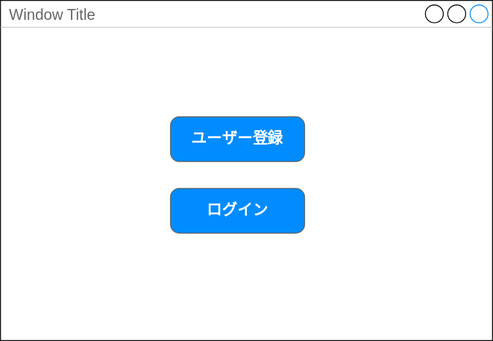
The draw.io diagram 名称未設定ファイル.drawio.svg in fmy-2029/sampleRepo, before a commit. Source tidied: cells renumbered, new cells last; positions are measured from the earlier drawing's top-left corner, leaving out a move shared by most shapes. Source of this version:
```xml
<mxGraphModel>
  <root>
    <mxCell id="0" />
    <mxCell id="1" parent="0" />
    <mxCell id="2" value="Window Title" style="strokeWidth=1;shadow=0;dashed=0;align=center;html=1;shape=mxgraph.mockup.containers.window;align=left;verticalAlign=top;spacingLeft=8;strokeColor2=#008cff;strokeColor3=#c4c4c4;fontColor=#666666;mainText=;fontSize=17;labelBackgroundColor=none;whiteSpace=wrap;" parent="1" vertex="1">
      <mxGeometry width="550" height="380" as="geometry" />
    </mxCell>
    <mxCell id="3" value="ユーザー登録" style="strokeWidth=1;shadow=0;dashed=0;align=center;html=1;shape=mxgraph.mockup.buttons.button;strokeColor=#666666;fontColor=#ffffff;mainText=;buttonStyle=round;fontSize=17;fontStyle=1;fillColor=#008cff;whiteSpace=wrap;" parent="1" vertex="1">
      <mxGeometry x="190" y="130" width="150" height="50" as="geometry" />
    </mxCell>
    <mxCell id="4" value="ログイン" style="strokeWidth=1;shadow=0;dashed=0;align=center;html=1;shape=mxgraph.mockup.buttons.button;strokeColor=#666666;fontColor=#ffffff;mainText=;buttonStyle=round;fontSize=17;fontStyle=1;fillColor=#008cff;whiteSpace=wrap;" parent="1" vertex="1">
      <mxGeometry x="190" y="210" width="150" height="50" as="geometry" />
    </mxCell>
  </root>
</mxGraphModel>
```
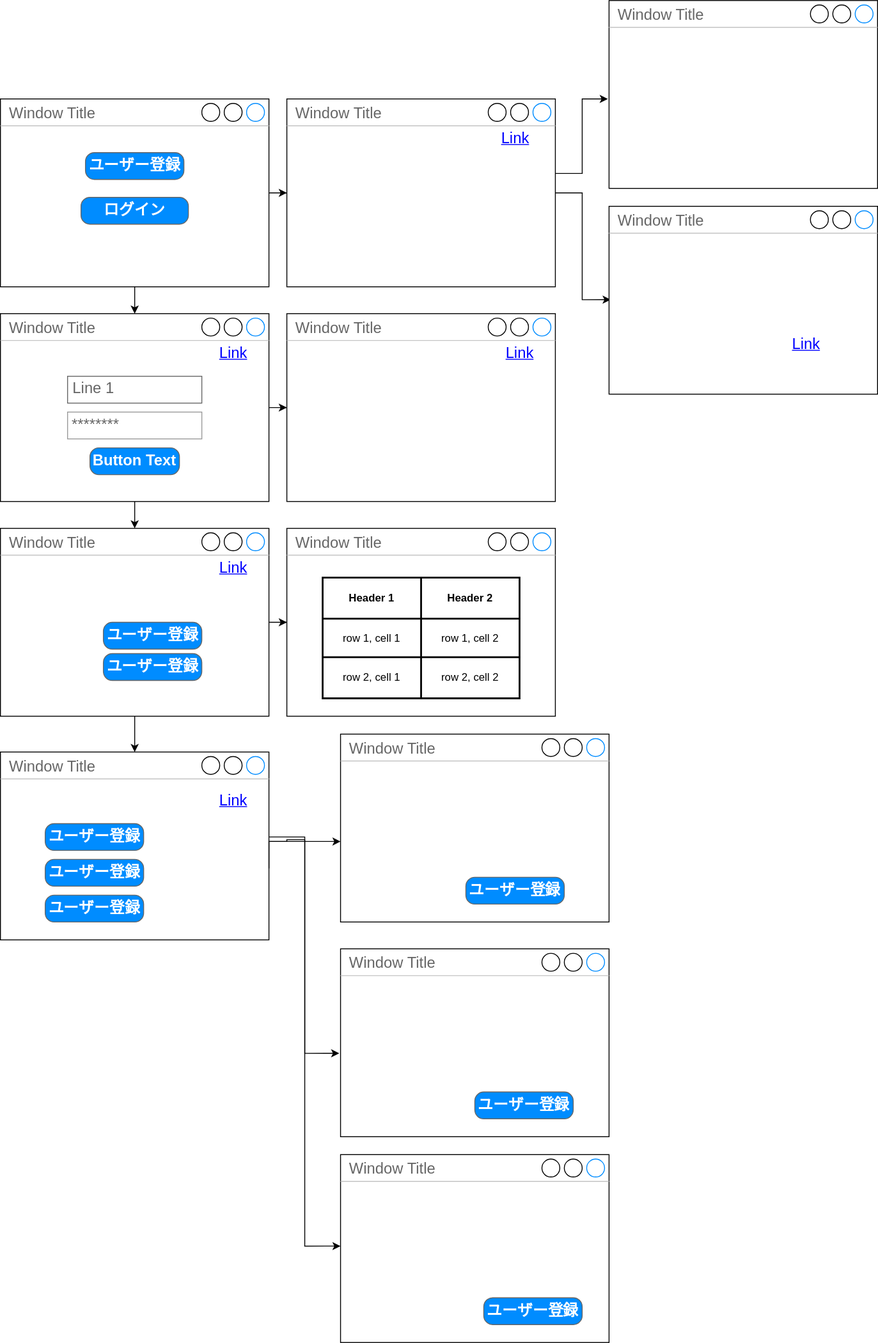
The same file after the commit.

Commit message:
名称未設定ファイル.drawio.svg を更新します

Change to the diagram source:
```diff
@@ -2,14 +2,190 @@
   <root>
     <mxCell id="0" />
     <mxCell id="1" parent="0" />
+    <mxCell id="5" style="edgeStyle=orthogonalEdgeStyle;rounded=0;jettySize=auto;html=1;" parent="1" edge="1" source="2" target="8">
+      <mxGeometry relative="1" as="geometry" />
+    </mxCell>
+    <mxCell id="6" style="edgeStyle=orthogonalEdgeStyle;rounded=0;jettySize=auto;html=1;" parent="1" edge="1" source="2" target="11">
+      <mxGeometry relative="1" as="geometry" />
+    </mxCell>
     <mxCell id="2" value="Window Title" style="strokeWidth=1;shadow=0;dashed=0;align=center;html=1;shape=mxgraph.mockup.containers.window;align=left;verticalAlign=top;spacingLeft=8;strokeColor2=#008cff;strokeColor3=#c4c4c4;fontColor=#666666;mainText=;fontSize=17;labelBackgroundColor=none;whiteSpace=wrap;" parent="1" vertex="1">
-      <mxGeometry width="550" height="380" as="geometry" />
+      <mxGeometry x="-90" y="-10" width="300" height="210" as="geometry" />
     </mxCell>
     <mxCell id="3" value="ユーザー登録" style="strokeWidth=1;shadow=0;dashed=0;align=center;html=1;shape=mxgraph.mockup.buttons.button;strokeColor=#666666;fontColor=#ffffff;mainText=;buttonStyle=round;fontSize=17;fontStyle=1;fillColor=#008cff;whiteSpace=wrap;" parent="1" vertex="1">
-      <mxGeometry x="190" y="130" width="150" height="50" as="geometry" />
+      <mxGeometry x="5" y="50" width="110" height="30" as="geometry" />
     </mxCell>
     <mxCell id="4" value="ログイン" style="strokeWidth=1;shadow=0;dashed=0;align=center;html=1;shape=mxgraph.mockup.buttons.button;strokeColor=#666666;fontColor=#ffffff;mainText=;buttonStyle=round;fontSize=17;fontStyle=1;fillColor=#008cff;whiteSpace=wrap;" parent="1" vertex="1">
-      <mxGeometry x="190" y="210" width="150" height="50" as="geometry" />
+      <mxGeometry y="100" width="120" height="30" as="geometry" />
     </mxCell>
+    <mxCell id="7" style="edgeStyle=orthogonalEdgeStyle;rounded=0;jettySize=auto;html=1;entryX=0.006;entryY=0.497;entryDx=0;entryDy=0;entryPerimeter=0;" parent="1" edge="1" source="8" target="13">
+      <mxGeometry relative="1" as="geometry" />
+    </mxCell>
+    <mxCell id="8" value="Window Title" style="strokeWidth=1;shadow=0;dashed=0;align=center;html=1;shape=mxgraph.mockup.containers.window;align=left;verticalAlign=top;spacingLeft=8;strokeColor2=#008cff;strokeColor3=#c4c4c4;fontColor=#666666;mainText=;fontSize=17;labelBackgroundColor=none;whiteSpace=wrap;" parent="1" vertex="1">
+      <mxGeometry x="230" y="-10" width="300" height="210" as="geometry" />
+    </mxCell>
+    <mxCell id="9" style="edgeStyle=orthogonalEdgeStyle;rounded=0;jettySize=auto;html=1;" parent="1" edge="1" source="11" target="14">
+      <mxGeometry relative="1" as="geometry" />
+    </mxCell>
+    <mxCell id="10" style="edgeStyle=orthogonalEdgeStyle;rounded=0;jettySize=auto;html=1;" parent="1" edge="1" source="11" target="17">
+      <mxGeometry relative="1" as="geometry" />
+    </mxCell>
+    <mxCell id="11" value="Window Title" style="strokeWidth=1;shadow=0;dashed=0;align=center;html=1;shape=mxgraph.mockup.containers.window;align=left;verticalAlign=top;spacingLeft=8;strokeColor2=#008cff;strokeColor3=#c4c4c4;fontColor=#666666;mainText=;fontSize=17;labelBackgroundColor=none;whiteSpace=wrap;" parent="1" vertex="1">
+      <mxGeometry x="-90" y="230" width="300" height="210" as="geometry" />
+    </mxCell>
+    <mxCell id="12" value="Window Title" style="strokeWidth=1;shadow=0;dashed=0;align=center;html=1;shape=mxgraph.mockup.containers.window;align=left;verticalAlign=top;spacingLeft=8;strokeColor2=#008cff;strokeColor3=#c4c4c4;fontColor=#666666;mainText=;fontSize=17;labelBackgroundColor=none;whiteSpace=wrap;" parent="1" vertex="1">
+      <mxGeometry x="590" y="-120" width="300" height="210" as="geometry" />
+    </mxCell>
+    <mxCell id="13" value="Window Title" style="strokeWidth=1;shadow=0;dashed=0;align=center;html=1;shape=mxgraph.mockup.containers.window;align=left;verticalAlign=top;spacingLeft=8;strokeColor2=#008cff;strokeColor3=#c4c4c4;fontColor=#666666;mainText=;fontSize=17;labelBackgroundColor=none;whiteSpace=wrap;" parent="1" vertex="1">
+      <mxGeometry x="590" y="110" width="300" height="210" as="geometry" />
+    </mxCell>
+    <mxCell id="14" value="Window Title" style="strokeWidth=1;shadow=0;dashed=0;align=center;html=1;shape=mxgraph.mockup.containers.window;align=left;verticalAlign=top;spacingLeft=8;strokeColor2=#008cff;strokeColor3=#c4c4c4;fontColor=#666666;mainText=;fontSize=17;labelBackgroundColor=none;whiteSpace=wrap;" parent="1" vertex="1">
+      <mxGeometry x="230" y="230" width="300" height="210" as="geometry" />
+    </mxCell>
+    <mxCell id="15" style="edgeStyle=orthogonalEdgeStyle;rounded=0;jettySize=auto;html=1;" parent="1" edge="1" source="17" target="20">
+      <mxGeometry relative="1" as="geometry" />
+    </mxCell>
+    <mxCell id="16" style="edgeStyle=orthogonalEdgeStyle;rounded=0;jettySize=auto;html=1;" parent="1" edge="1" source="17" target="19">
+      <mxGeometry relative="1" as="geometry" />
+    </mxCell>
+    <mxCell id="17" value="Window Title" style="strokeWidth=1;shadow=0;dashed=0;align=center;html=1;shape=mxgraph.mockup.containers.window;align=left;verticalAlign=top;spacingLeft=8;strokeColor2=#008cff;strokeColor3=#c4c4c4;fontColor=#666666;mainText=;fontSize=17;labelBackgroundColor=none;whiteSpace=wrap;" parent="1" vertex="1">
+      <mxGeometry x="-90" y="470" width="300" height="210" as="geometry" />
+    </mxCell>
+    <mxCell id="18" style="edgeStyle=orthogonalEdgeStyle;rounded=0;jettySize=auto;html=1;" parent="1" edge="1" source="19" target="21">
+      <mxGeometry relative="1" as="geometry">
+        <Array as="points">
+          <mxPoint x="250" y="815" />
+          <mxPoint x="250" y="820" />
+        </Array>
+      </mxGeometry>
+    </mxCell>
+    <mxCell id="19" value="Window Title" style="strokeWidth=1;shadow=0;dashed=0;align=center;html=1;shape=mxgraph.mockup.containers.window;align=left;verticalAlign=top;spacingLeft=8;strokeColor2=#008cff;strokeColor3=#c4c4c4;fontColor=#666666;mainText=;fontSize=17;labelBackgroundColor=none;whiteSpace=wrap;" parent="1" vertex="1">
+      <mxGeometry x="-90" y="720" width="300" height="210" as="geometry" />
+    </mxCell>
+    <mxCell id="20" value="Window Title" style="strokeWidth=1;shadow=0;dashed=0;align=center;html=1;shape=mxgraph.mockup.containers.window;align=left;verticalAlign=top;spacingLeft=8;strokeColor2=#008cff;strokeColor3=#c4c4c4;fontColor=#666666;mainText=;fontSize=17;labelBackgroundColor=none;whiteSpace=wrap;" parent="1" vertex="1">
+      <mxGeometry x="230" y="470" width="300" height="210" as="geometry" />
+    </mxCell>
+    <mxCell id="21" value="Window Title" style="strokeWidth=1;shadow=0;dashed=0;align=center;html=1;shape=mxgraph.mockup.containers.window;align=left;verticalAlign=top;spacingLeft=8;strokeColor2=#008cff;strokeColor3=#c4c4c4;fontColor=#666666;mainText=;fontSize=17;labelBackgroundColor=none;whiteSpace=wrap;" parent="1" vertex="1">
+      <mxGeometry x="290" y="700" width="300" height="210" as="geometry" />
+    </mxCell>
+    <mxCell id="22" value="Window Title" style="strokeWidth=1;shadow=0;dashed=0;align=center;html=1;shape=mxgraph.mockup.containers.window;align=left;verticalAlign=top;spacingLeft=8;strokeColor2=#008cff;strokeColor3=#c4c4c4;fontColor=#666666;mainText=;fontSize=17;labelBackgroundColor=none;whiteSpace=wrap;" parent="1" vertex="1">
+      <mxGeometry x="290" y="940" width="300" height="210" as="geometry" />
+    </mxCell>
+    <mxCell id="23" value="Window Title" style="strokeWidth=1;shadow=0;dashed=0;align=center;html=1;shape=mxgraph.mockup.containers.window;align=left;verticalAlign=top;spacingLeft=8;strokeColor2=#008cff;strokeColor3=#c4c4c4;fontColor=#666666;mainText=;fontSize=17;labelBackgroundColor=none;whiteSpace=wrap;" parent="1" vertex="1">
+      <mxGeometry x="290" y="1170" width="300" height="210" as="geometry" />
+    </mxCell>
+    <mxCell id="24" style="edgeStyle=orthogonalEdgeStyle;rounded=0;orthogonalLoop=1;jettySize=auto;html=1;entryX=-0.013;entryY=0.344;entryDx=0;entryDy=0;entryPerimeter=0;" parent="1" edge="1">
+      <mxGeometry relative="1" as="geometry">
+        <mxPoint x="530" y="73.3" as="sourcePoint" />
+        <mxPoint x="588.6" y="-10" as="targetPoint" />
+        <Array as="points">
+          <mxPoint x="560" y="73" />
+          <mxPoint x="560" y="-10" />
+        </Array>
+      </mxGeometry>
+    </mxCell>
+    <mxCell id="25" style="edgeStyle=orthogonalEdgeStyle;rounded=0;jettySize=auto;html=1;entryX=-0.005;entryY=0.556;entryDx=0;entryDy=0;entryPerimeter=0;" parent="1" edge="1" target="22">
+      <mxGeometry relative="1" as="geometry">
+        <mxPoint x="210" y="850" as="sourcePoint" />
+        <Array as="points">
+          <mxPoint x="210" y="820" />
+          <mxPoint x="250" y="820" />
+          <mxPoint x="250" y="1057" />
+        </Array>
+      </mxGeometry>
+    </mxCell>
+    <mxCell id="26" style="edgeStyle=orthogonalEdgeStyle;rounded=0;orthogonalLoop=1;jettySize=auto;html=1;" parent="1" edge="1">
+      <mxGeometry relative="1" as="geometry">
+        <mxPoint x="220" y="820" as="sourcePoint" />
+        <mxPoint x="290" y="1272.2" as="targetPoint" />
+        <Array as="points">
+          <mxPoint x="210" y="820" />
+          <mxPoint x="230" y="820" />
+          <mxPoint x="230" y="818" />
+          <mxPoint x="250" y="818" />
+          <mxPoint x="250" y="1272" />
+        </Array>
+      </mxGeometry>
+    </mxCell>
+    <mxCell id="27" value="********" style="strokeWidth=1;shadow=0;dashed=0;align=center;html=1;shape=mxgraph.mockup.forms.pwField;strokeColor=#999999;mainText=;align=left;fontColor=#666666;fontSize=17;spacingLeft=3;" parent="1" vertex="1">
+      <mxGeometry x="-15" y="340" width="150" height="30" as="geometry" />
+    </mxCell>
+    <mxCell id="28" value="Line 1" style="strokeWidth=1;shadow=0;dashed=0;align=center;html=1;shape=mxgraph.mockup.text.textBox;fontColor=#666666;align=left;fontSize=17;spacingLeft=4;spacingTop=-3;whiteSpace=wrap;strokeColor=#666666;mainText=;" parent="1" vertex="1">
+      <mxGeometry x="-15" y="300" width="150" height="30" as="geometry" />
+    </mxCell>
+    <mxCell id="29" value="Button Text" style="strokeWidth=1;shadow=0;dashed=0;align=center;html=1;shape=mxgraph.mockup.buttons.button;strokeColor=#666666;fontColor=#ffffff;mainText=;buttonStyle=round;fontSize=17;fontStyle=1;fillColor=#008cff;whiteSpace=wrap;" parent="1" vertex="1">
+      <mxGeometry x="10" y="380" width="100" height="30" as="geometry" />
+    </mxCell>
+    <mxCell id="30" value="Link" style="shape=rectangle;strokeColor=none;fillColor=none;linkText=;fontSize=17;fontColor=#0000ff;fontStyle=4;html=1;align=center;" parent="1" vertex="1">
+      <mxGeometry x="130" y="260" width="80" height="30" as="geometry" />
+    </mxCell>
+    <mxCell id="31" value="ユーザー登録" style="strokeWidth=1;shadow=0;dashed=0;align=center;html=1;shape=mxgraph.mockup.buttons.button;strokeColor=#666666;fontColor=#ffffff;mainText=;buttonStyle=round;fontSize=17;fontStyle=1;fillColor=#008cff;whiteSpace=wrap;" parent="1" vertex="1">
+      <mxGeometry x="25" y="575" width="110" height="30" as="geometry" />
+    </mxCell>
+    <mxCell id="32" value="ユーザー登録" style="strokeWidth=1;shadow=0;dashed=0;align=center;html=1;shape=mxgraph.mockup.buttons.button;strokeColor=#666666;fontColor=#ffffff;mainText=;buttonStyle=round;fontSize=17;fontStyle=1;fillColor=#008cff;whiteSpace=wrap;" parent="1" vertex="1">
+      <mxGeometry x="25" y="610" width="110" height="30" as="geometry" />
+    </mxCell>
+    <mxCell id="33" value="ユーザー登録" style="strokeWidth=1;shadow=0;dashed=0;align=center;html=1;shape=mxgraph.mockup.buttons.button;strokeColor=#666666;fontColor=#ffffff;mainText=;buttonStyle=round;fontSize=17;fontStyle=1;fillColor=#008cff;whiteSpace=wrap;" parent="1" vertex="1">
+      <mxGeometry x="-40" y="800" width="110" height="30" as="geometry" />
+    </mxCell>
+    <mxCell id="34" value="ユーザー登録" style="strokeWidth=1;shadow=0;dashed=0;align=center;html=1;shape=mxgraph.mockup.buttons.button;strokeColor=#666666;fontColor=#ffffff;mainText=;buttonStyle=round;fontSize=17;fontStyle=1;fillColor=#008cff;whiteSpace=wrap;" parent="1" vertex="1">
+      <mxGeometry x="-40" y="840" width="110" height="30" as="geometry" />
+    </mxCell>
+    <mxCell id="35" value="ユーザー登録" style="strokeWidth=1;shadow=0;dashed=0;align=center;html=1;shape=mxgraph.mockup.buttons.button;strokeColor=#666666;fontColor=#ffffff;mainText=;buttonStyle=round;fontSize=17;fontStyle=1;fillColor=#008cff;whiteSpace=wrap;" parent="1" vertex="1">
+      <mxGeometry x="-40" y="880" width="110" height="30" as="geometry" />
+    </mxCell>
+    <mxCell id="36" value="ユーザー登録" style="strokeWidth=1;shadow=0;dashed=0;align=center;html=1;shape=mxgraph.mockup.buttons.button;strokeColor=#666666;fontColor=#ffffff;mainText=;buttonStyle=round;fontSize=17;fontStyle=1;fillColor=#008cff;whiteSpace=wrap;" parent="1" vertex="1">
+      <mxGeometry x="430" y="860" width="110" height="30" as="geometry" />
+    </mxCell>
+    <mxCell id="37" value="ユーザー登録" style="strokeWidth=1;shadow=0;dashed=0;align=center;html=1;shape=mxgraph.mockup.buttons.button;strokeColor=#666666;fontColor=#ffffff;mainText=;buttonStyle=round;fontSize=17;fontStyle=1;fillColor=#008cff;whiteSpace=wrap;" parent="1" vertex="1">
+      <mxGeometry x="440" y="1100" width="110" height="30" as="geometry" />
+    </mxCell>
+    <mxCell id="38" value="ユーザー登録" style="strokeWidth=1;shadow=0;dashed=0;align=center;html=1;shape=mxgraph.mockup.buttons.button;strokeColor=#666666;fontColor=#ffffff;mainText=;buttonStyle=round;fontSize=17;fontStyle=1;fillColor=#008cff;whiteSpace=wrap;" parent="1" vertex="1">
+      <mxGeometry x="450" y="1330" width="110" height="30" as="geometry" />
+    </mxCell>
+    <mxCell id="39" style="shape=table;html=1;whiteSpace=wrap;startSize=0;strokeWidth=2;" parent="1" vertex="1">
+      <mxGeometry x="270" y="525" width="220" height="135" as="geometry" />
+    </mxCell>
+    <mxCell id="40" style="shape=tableRow;horizontal=0;startSize=0;swimlaneHead=0;swimlaneBody=0;top=0;left=0;bottom=0;right=0;fillColor=none;" parent="39" vertex="1">
+      <mxGeometry width="220" height="46" as="geometry" />
+    </mxCell>
+    <mxCell id="41" value="Header 1" style="shape=partialRectangle;html=1;whiteSpace=wrap;fillColor=none;top=0;left=0;bottom=0;right=0;overflow=hidden;fontStyle=1;" parent="40" vertex="1">
+      <mxGeometry width="110" height="46" as="geometry" />
+    </mxCell>
+    <mxCell id="42" value="Header 2" style="shape=partialRectangle;html=1;whiteSpace=wrap;fillColor=none;top=0;left=0;bottom=0;right=0;overflow=hidden;fontStyle=1;" parent="40" vertex="1">
+      <mxGeometry x="110" width="110" height="46" as="geometry" />
+    </mxCell>
+    <mxCell id="43" style="shape=tableRow;horizontal=0;startSize=0;swimlaneHead=0;swimlaneBody=0;top=0;left=0;bottom=0;right=0;fillColor=none;" parent="39" vertex="1">
+      <mxGeometry y="46" width="220" height="43" as="geometry" />
+    </mxCell>
+    <mxCell id="44" value="row 1, cell 1" style="shape=partialRectangle;html=1;whiteSpace=wrap;fillColor=none;top=0;left=0;bottom=0;right=0;overflow=hidden;" parent="43" vertex="1">
+      <mxGeometry width="110" height="43" as="geometry" />
+    </mxCell>
+    <mxCell id="45" value="row 1, cell 2" style="shape=partialRectangle;html=1;whiteSpace=wrap;fillColor=none;top=0;left=0;bottom=0;right=0;overflow=hidden;" parent="43" vertex="1">
+      <mxGeometry x="110" width="110" height="43" as="geometry" />
+    </mxCell>
+    <mxCell id="46" style="shape=tableRow;horizontal=0;startSize=0;swimlaneHead=0;swimlaneBody=0;top=0;left=0;bottom=0;right=0;fillColor=none;" parent="39" vertex="1">
+      <mxGeometry y="89" width="220" height="46" as="geometry" />
+    </mxCell>
+    <mxCell id="47" value="row 2, cell 1" style="shape=partialRectangle;html=1;whiteSpace=wrap;fillColor=none;top=0;left=0;bottom=0;right=0;overflow=hidden;" parent="46" vertex="1">
+      <mxGeometry width="110" height="46" as="geometry" />
+    </mxCell>
+    <mxCell id="48" value="row 2, cell 2" style="shape=partialRectangle;html=1;whiteSpace=wrap;fillColor=none;top=0;left=0;bottom=0;right=0;overflow=hidden;" parent="46" vertex="1">
+      <mxGeometry x="110" width="110" height="46" as="geometry" />
+    </mxCell>
+    <mxCell id="49" value="Link" style="shape=rectangle;strokeColor=none;fillColor=none;linkText=;fontSize=17;fontColor=#0000ff;fontStyle=4;html=1;align=center;" parent="1" vertex="1">
+      <mxGeometry x="450" y="260" width="80" height="30" as="geometry" />
+    </mxCell>
+    <mxCell id="50" value="Link" style="shape=rectangle;strokeColor=none;fillColor=none;linkText=;fontSize=17;fontColor=#0000ff;fontStyle=4;html=1;align=center;" parent="1" vertex="1">
+      <mxGeometry x="130" y="500" width="80" height="30" as="geometry" />
+    </mxCell>
+    <mxCell id="51" value="Link" style="shape=rectangle;strokeColor=none;fillColor=none;linkText=;fontSize=17;fontColor=#0000ff;fontStyle=4;html=1;align=center;" parent="1" vertex="1">
+      <mxGeometry x="770" y="250" width="80" height="30" as="geometry" />
+    </mxCell>
+    <mxCell id="52" value="Link" style="shape=rectangle;strokeColor=none;fillColor=none;linkText=;fontSize=17;fontColor=#0000ff;fontStyle=4;html=1;align=center;" parent="1" vertex="1">
+      <mxGeometry x="445" y="20" width="80" height="30" as="geometry" />
+    </mxCell>
+    <mxCell id="53" value="Link" style="shape=rectangle;strokeColor=none;fillColor=none;linkText=;fontSize=17;fontColor=#0000ff;fontStyle=4;html=1;align=center;" parent="1" vertex="1">
+      <mxGeometry x="130" y="760" width="80" height="30" as="geometry" />
+    </mxCell>
   </root>
 </mxGraphModel>
```
